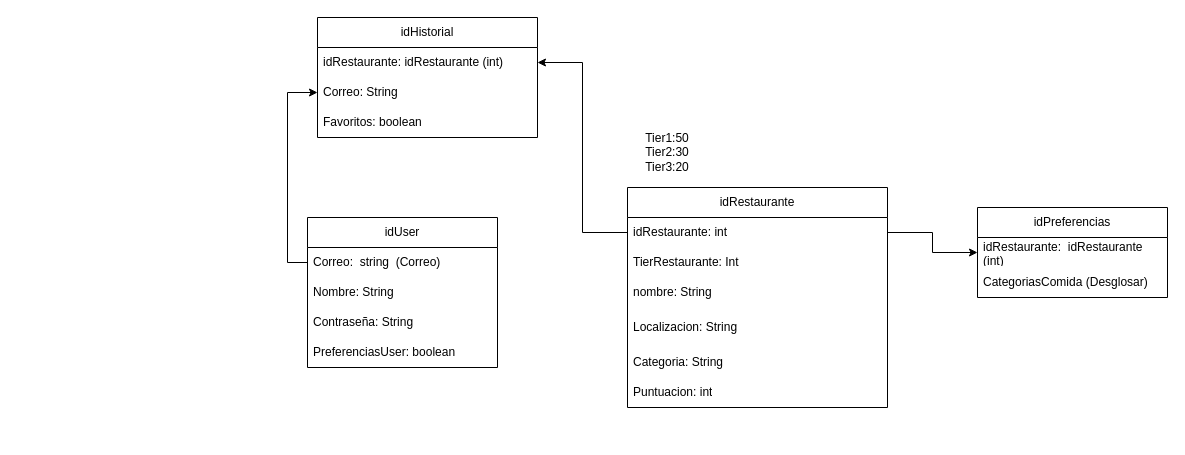
This is Entidad_relacion.drawio from medinadvd/-amFood, a draw.io file, before an edit. Source tidied: cells renumbered, new cells numbered last; positions are measured from the earlier drawing's top-left corner, leaving out a move shared by most shapes. Both pictures are drawn from the tidied source at 100%, with x=0, y=0 at pixel (307, 17).
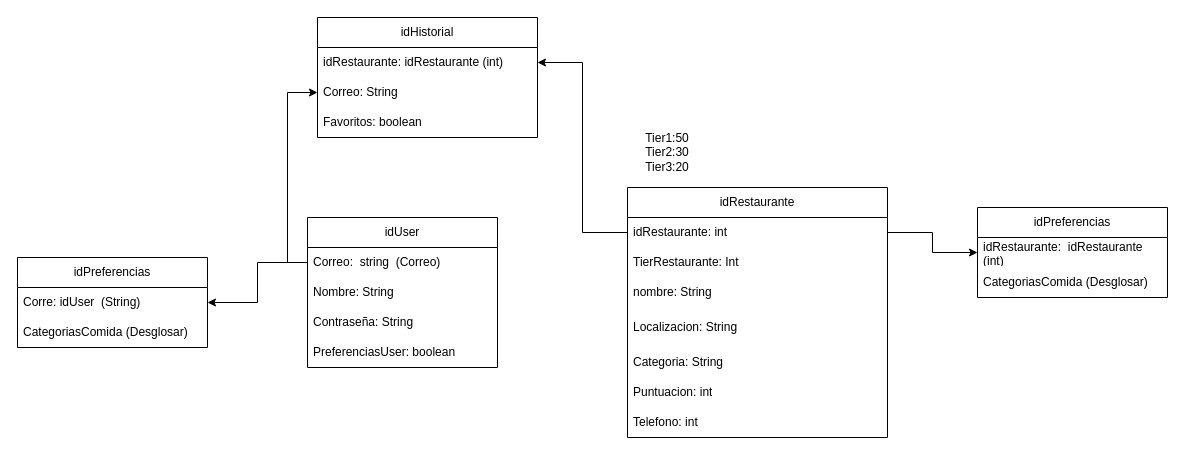
The same diagram, later.

Unchanged cells that the change refers to:
```xml
<mxCell id="15" value="Correo:&amp;nbsp; string&amp;nbsp; (Correo)" style="text;strokeColor=none;fillColor=none;align=left;verticalAlign=middle;spacingLeft=4;spacingRight=4;overflow=hidden;points=[[0,0.5],[1,0.5]];portConstraint=eastwest;whiteSpace=wrap;html=1;" parent="14" vertex="1">
  <mxGeometry y="30" width="190" height="30" as="geometry" />
</mxCell>
```

The edit, as a diff of the source:
```diff
@@
     <mxCell id="2" value="idRestaurante" style="swimlane;fontStyle=0;horizontal=1;startSize=30;whiteSpace=wrap;html=1;" parent="1" vertex="1">
-      <mxGeometry x="320" y="170" width="260" height="220" as="geometry" />
+      <mxGeometry x="320" y="170" width="260" height="250" as="geometry" />
     </mxCell>
@@
+    <mxCell id="25" value="Telefono: int" style="text;strokeColor=none;fillColor=none;align=left;verticalAlign=middle;spacingLeft=4;spacingRight=4;overflow=hidden;whiteSpace=wrap;html=1;" parent="2" vertex="1">
+      <mxGeometry y="220" width="260" height="30" as="geometry" />
+    </mxCell>
@@
+    <mxCell id="26" value="idPreferencias" style="swimlane;fontStyle=0;horizontal=1;startSize=30;whiteSpace=wrap;html=1;" parent="1" vertex="1">
+      <mxGeometry x="-290" y="240" width="190" height="90" as="geometry" />
+    </mxCell>
+    <mxCell id="27" value="Corre: idUser&amp;nbsp; (String)" style="text;strokeColor=none;fillColor=none;align=left;verticalAlign=middle;spacingLeft=4;spacingRight=4;overflow=hidden;points=[[0,0.5],[1,0.5]];portConstraint=eastwest;whiteSpace=wrap;html=1;" parent="26" vertex="1">
+      <mxGeometry y="30" width="190" height="30" as="geometry" />
+    </mxCell>
+    <mxCell id="28" value="CategoriasComida (Desglosar)" style="text;strokeColor=none;fillColor=none;align=left;verticalAlign=middle;spacingLeft=4;spacingRight=4;overflow=hidden;whiteSpace=wrap;html=1;" parent="26" vertex="1">
+      <mxGeometry y="60" width="190" height="30" as="geometry" />
+    </mxCell>
+    <mxCell id="29" style="edgeStyle=orthogonalEdgeStyle;rounded=0;jettySize=auto;html=1;exitX=0;exitY=0.5;exitDx=0;exitDy=0;entryX=1;entryY=0.5;entryDx=0;entryDy=0;" parent="1" edge="1" source="15" target="27">
+      <mxGeometry relative="1" as="geometry" />
+    </mxCell>
```
